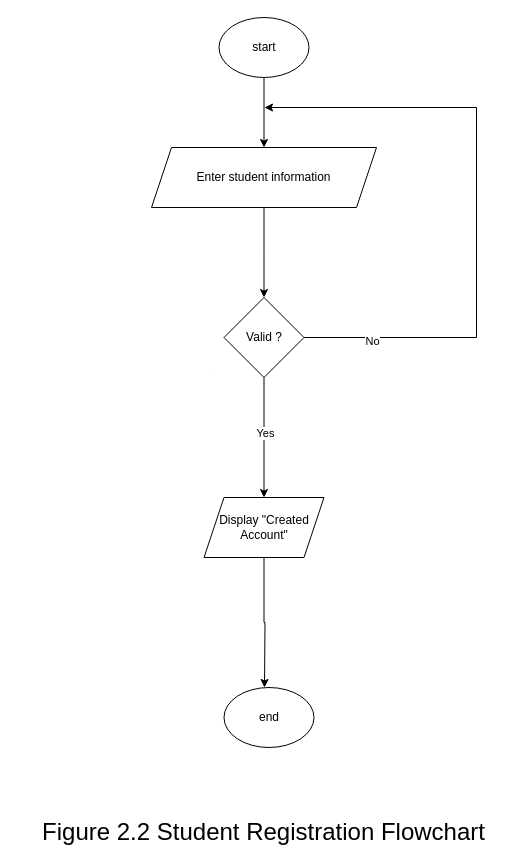
The draw.io diagram Graduate Project LOCAL/Documentation/Report 2/FlowCharts/EDITS/student Signup.drawio in Abood299/MIS-Team, before the edit. Source tidied: cells renumbered, new cells numbered last; positions are measured from the earlier drawing's top-left corner, leaving out a move shared by most shapes. Both pictures are drawn from the tidied source at 100%, with x=0, y=0 at pixel (17, 17).
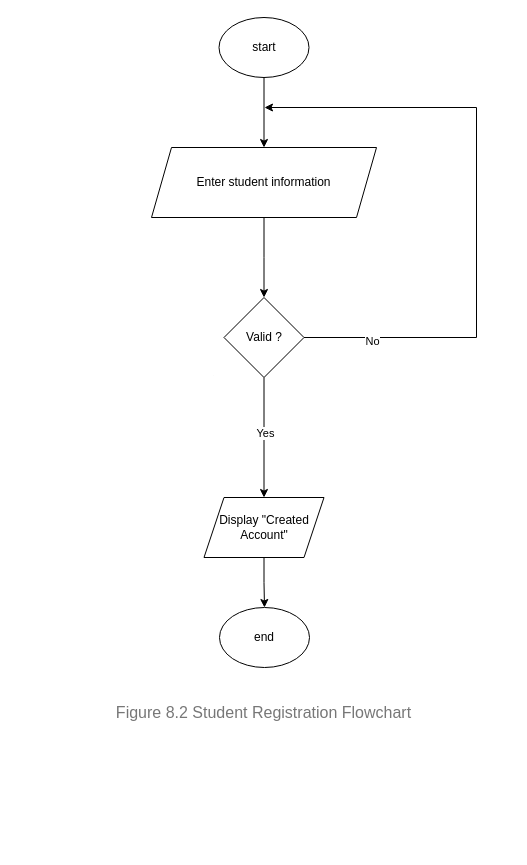
Above is the later version.

Change to the diagram source:
```diff
@@
 <mxGraphModel>
   <root>
     <mxCell id="0" />
     <mxCell id="1" parent="0" />
     <mxCell id="2" style="edgeStyle=orthogonalEdgeStyle;rounded=0;jettySize=auto;html=1;" parent="1" edge="1" source="3">
       <mxGeometry relative="1" as="geometry">
         <mxPoint x="246.5" y="280" as="targetPoint" />
       </mxGeometry>
     </mxCell>
     <mxCell id="3" value="Enter student information" style="shape=parallelogram;perimeter=parallelogramPerimeter;whiteSpace=wrap;html=1;fixedSize=1;" parent="1" vertex="1">
-      <mxGeometry x="134" y="130" width="225" height="60" as="geometry" />
+      <mxGeometry x="134" y="130" width="225" height="70" as="geometry" />
     </mxCell>
     <mxCell id="4" style="edgeStyle=orthogonalEdgeStyle;rounded=0;jettySize=auto;html=1;entryX=0.5;entryY=0;entryDx=0;entryDy=0;" parent="1" edge="1" source="6" target="8">
       <mxGeometry relative="1" as="geometry" />
     </mxCell>
     <mxCell id="5" value="Yes" style="edgeLabel;html=1;align=center;verticalAlign=middle;" parent="4" vertex="1">
       <mxGeometry x="-0.08" y="1" relative="1" as="geometry" />
     </mxCell>
     <mxCell id="6" value="Valid ?" style="rhombus;whiteSpace=wrap;html=1;" parent="1" vertex="1">
       <mxGeometry x="206.5" y="280" width="80" height="80" as="geometry" />
     </mxCell>
-    <mxCell id="7" style="edgeStyle=orthogonalEdgeStyle;rounded=0;jettySize=auto;html=1;" parent="1" edge="1" source="8">
-      <mxGeometry relative="1" as="geometry">
-        <mxPoint x="247" y="670" as="targetPoint" />
-      </mxGeometry>
-    </mxCell>
+    <mxCell id="16" style="edgeStyle=orthogonalEdgeStyle;rounded=0;jettySize=auto;html=1;entryX=0.5;entryY=1;entryDx=0;entryDy=0;" parent="1" edge="1" source="8" target="15">
+      <mxGeometry relative="1" as="geometry" />
+    </mxCell>
     <mxCell id="8" value="Display &quot;Created Account&quot;" style="whiteSpace=wrap;html=1;shape=parallelogram;perimeter=parallelogramPerimeter;fixedSize=1;" parent="1" vertex="1">
       <mxGeometry x="186.5" y="480" width="120" height="60" as="geometry" />
     </mxCell>
     <mxCell id="9" style="edgeStyle=orthogonalEdgeStyle;rounded=0;jettySize=auto;html=1;exitX=1;exitY=0.5;exitDx=0;exitDy=0;" parent="1" edge="1" source="6">
       <mxGeometry relative="1" as="geometry">
         <mxPoint x="247" y="90" as="targetPoint" />
         <Array as="points">
           <mxPoint x="459" y="320" />
           <mxPoint x="459" y="90" />
         </Array>
       </mxGeometry>
     </mxCell>
     <mxCell id="10" value="No" style="edgeLabel;html=1;align=center;verticalAlign=middle;" parent="9" vertex="1">
       <mxGeometry x="-0.78" y="-3" relative="1" as="geometry" />
     </mxCell>
     <mxCell id="11" value="&lt;font style=&quot;font-size: 1px;&quot;&gt;.&lt;/font&gt;" style="text;html=1;align=center;verticalAlign=middle;strokeColor=none;fillColor=none;" parent="1" vertex="1">
       <mxGeometry x="186" y="340" width="20" height="30" as="geometry" />
     </mxCell>
-    <mxCell id="12" value="&lt;font style=&quot;font-size: 24px;&quot;&gt;Figure 2.2 Student Registration Flowchart&lt;/font&gt;" style="text;strokeColor=none;align=center;fillColor=none;html=1;verticalAlign=middle;whiteSpace=wrap;rounded=0;" parent="1" vertex="1">
-      <mxGeometry y="800" width="493" height="30" as="geometry" />
+    <mxCell id="12" value="&lt;font style=&quot;color: rgb(119, 119, 119); font-size: 16px;&quot;&gt;Figure 8.2 Student Registration Flowchart&lt;/font&gt;" style="text;strokeColor=none;align=center;fillColor=none;html=1;verticalAlign=middle;whiteSpace=wrap;rounded=0;" parent="1" vertex="1">
+      <mxGeometry y="680" width="493" height="30" as="geometry" />
     </mxCell>
     <mxCell id="13" style="edgeStyle=orthogonalEdgeStyle;rounded=0;jettySize=auto;html=1;" parent="1" edge="1" source="14" target="3">
       <mxGeometry relative="1" as="geometry" />
     </mxCell>
     <mxCell id="14" value="start" style="ellipse;whiteSpace=wrap;html=1;direction=west;" parent="1" vertex="1">
       <mxGeometry x="201.5" width="90" height="60" as="geometry" />
     </mxCell>
     <mxCell id="15" value="end" style="ellipse;whiteSpace=wrap;html=1;direction=west;" parent="1" vertex="1">
-      <mxGeometry x="206.5" y="670" width="90" height="60" as="geometry" />
+      <mxGeometry x="202" y="590" width="90" height="60" as="geometry" />
     </mxCell>
   </root>
 </mxGraphModel>
```
